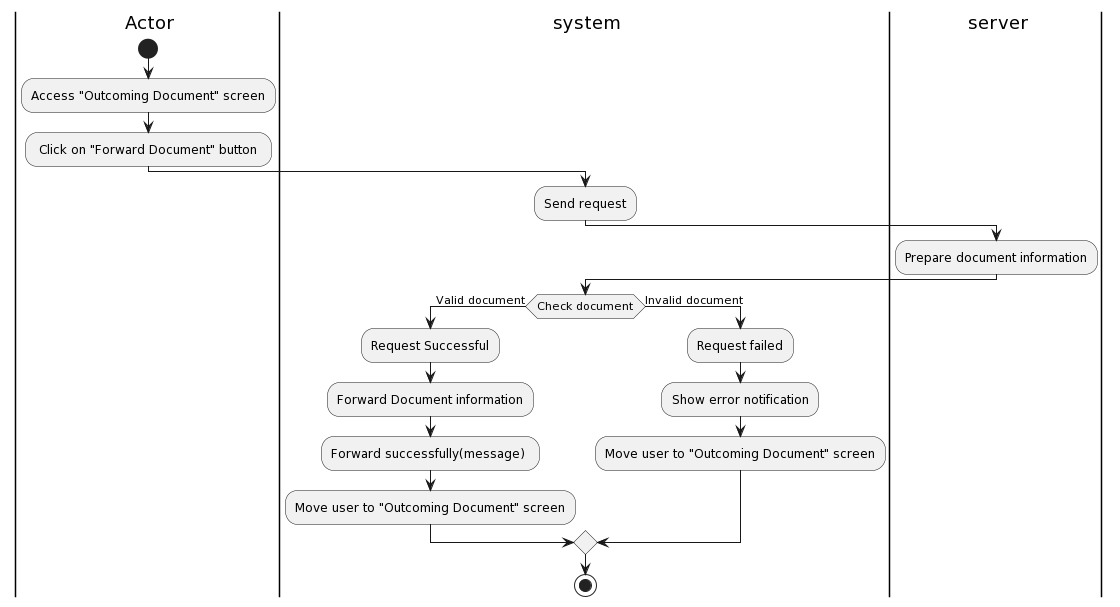
Earlier version of the PlantUML export Lab1/Lab1.2/Activity Diagram/OutcomingDocument/ForwardDocumentToOfficer/ForwardDocumentToOfficer.png (khoapham1003/SE357-Pratice-class).
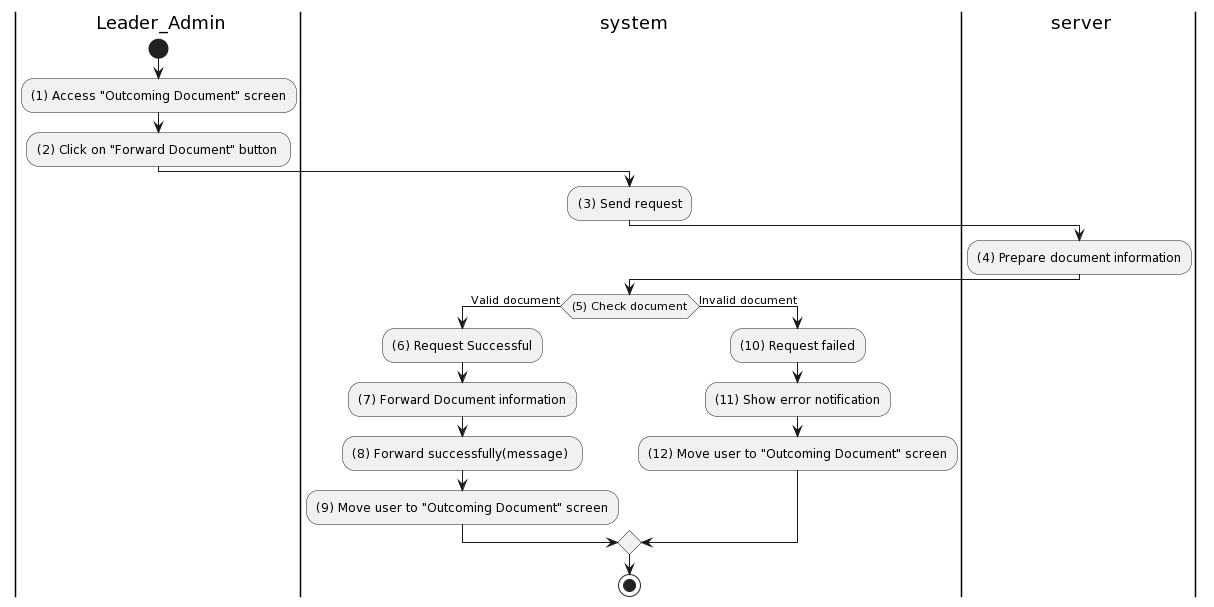
After the change.

What changed in the source:
```diff
@@ -1,25 +1,25 @@
 @startuml
-|a| Actor
+|a| Leader_Admin
 |sys| system
 |ser| server
 |a|
 start
-:Access "Outcoming Document" screen;
-: Click on "Forward Document" button ;
+:(1) Access "Outcoming Document" screen;
+:(2) Click on "Forward Document" button ;
 |sys|
-:Send request;
+:(3) Send request;
 |ser|
-:Prepare document information;
+:(4) Prepare document information;
 |sys|
-if (Check document) then (Valid document)
-:Request Successful;
-:Forward Document information;
-:Forward successfully(message) ;
-:Move user to "Outcoming Document" screen;
+if ((5) Check document) then (Valid document)
+:(6) Request Successful;
+:(7) Forward Document information;
+:(8) Forward successfully(message) ;
+:(9) Move user to "Outcoming Document" screen;
 else (Invalid document)
-:Request failed;
-:Show error notification;
-:Move user to "Outcoming Document" screen;
+:(10) Request failed;
+:(11) Show error notification;
+:(12) Move user to "Outcoming Document" screen;
 endif
 
 
```
